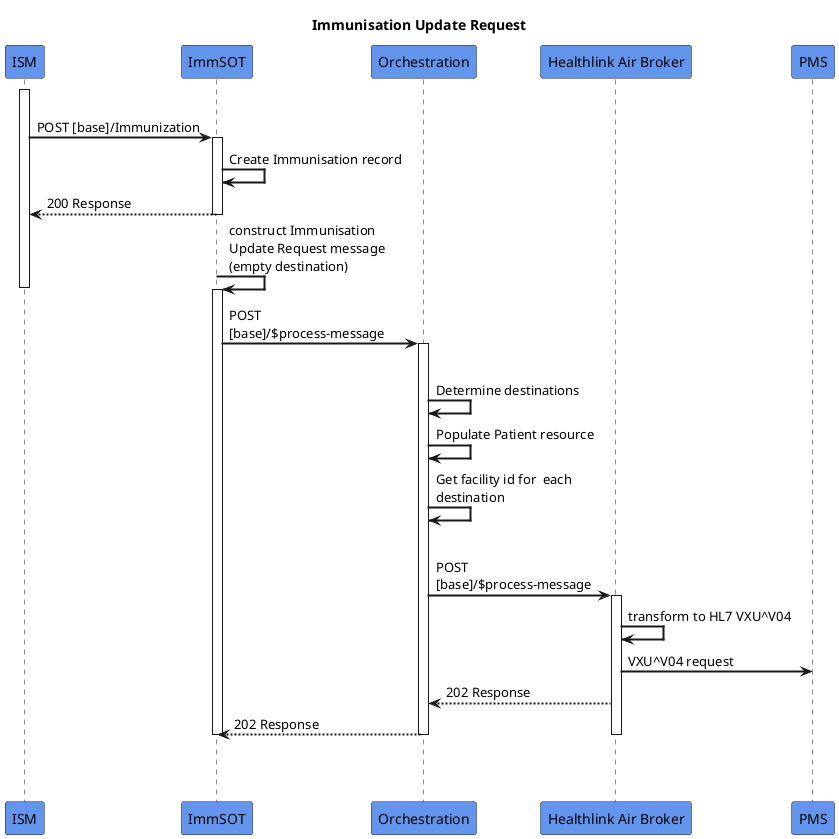
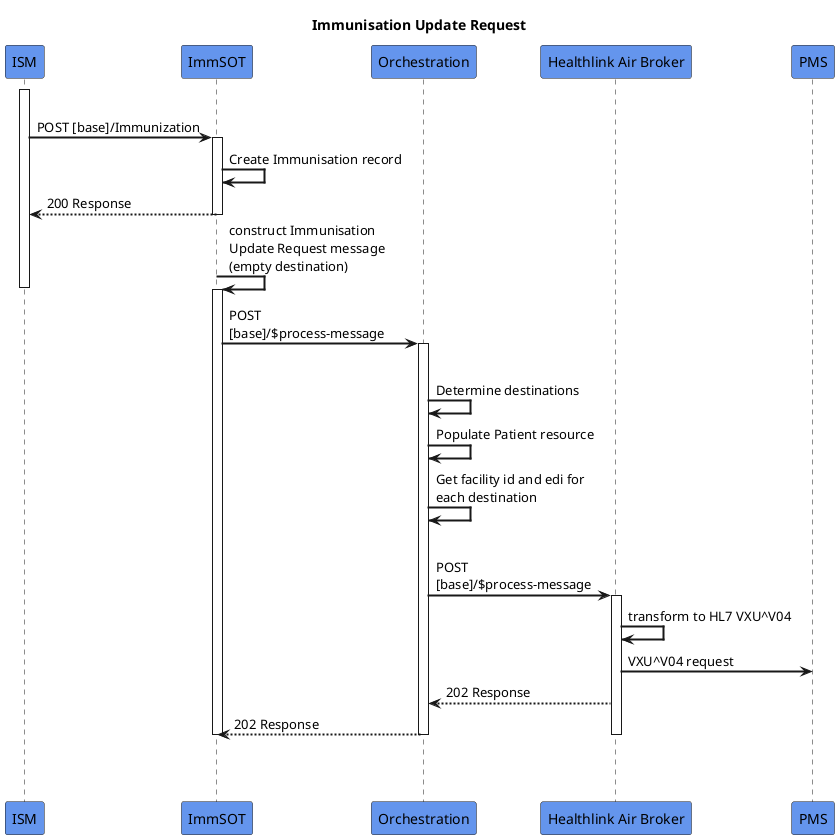
@startuml
skinparam sequenceArrowThickness 2
skinparam roundcorner 5
skinparam maxmessagesize 180
skinparam sequenceParticipant bold
title  Immunisation Update Request
participant "ISM" as AA #CornflowerBlue
participant "ImmSOT" as A #CornflowerBlue
participant "Orchestration" as B #CornflowerBlue
participant "Healthlink Air Broker" as C #CornflowerBlue
participant "PMS" as D #CornflowerBlue
|||
activate AA
AA -> A: POST [base]/Immunization
activate A
A -> A: Create Immunisation record
A -[dashed]-> AA:  200 Response
deactivate A

A -> A: construct Immunisation Update Request message (empty destination)
activate A
deactivate AA

A -> B: POST [base]/$process-message

activate B
|||
B -> B: Determine destinations
B -> B: Populate Patient resource
- B -> B: Get facility id for  each destination
+ B -> B: Get facility id and edi for  each destination
|||
B -> C: POST [base]/$process-message
activate C
C -> C:  transform to HL7 VXU^V04
C -> D: VXU^V04 request
C -[dashed]-> B:  202 Response
B -[dashed]-> A: 202 Response
deactivate B
|||
deactivate C
deactivate A
|||
@enduml